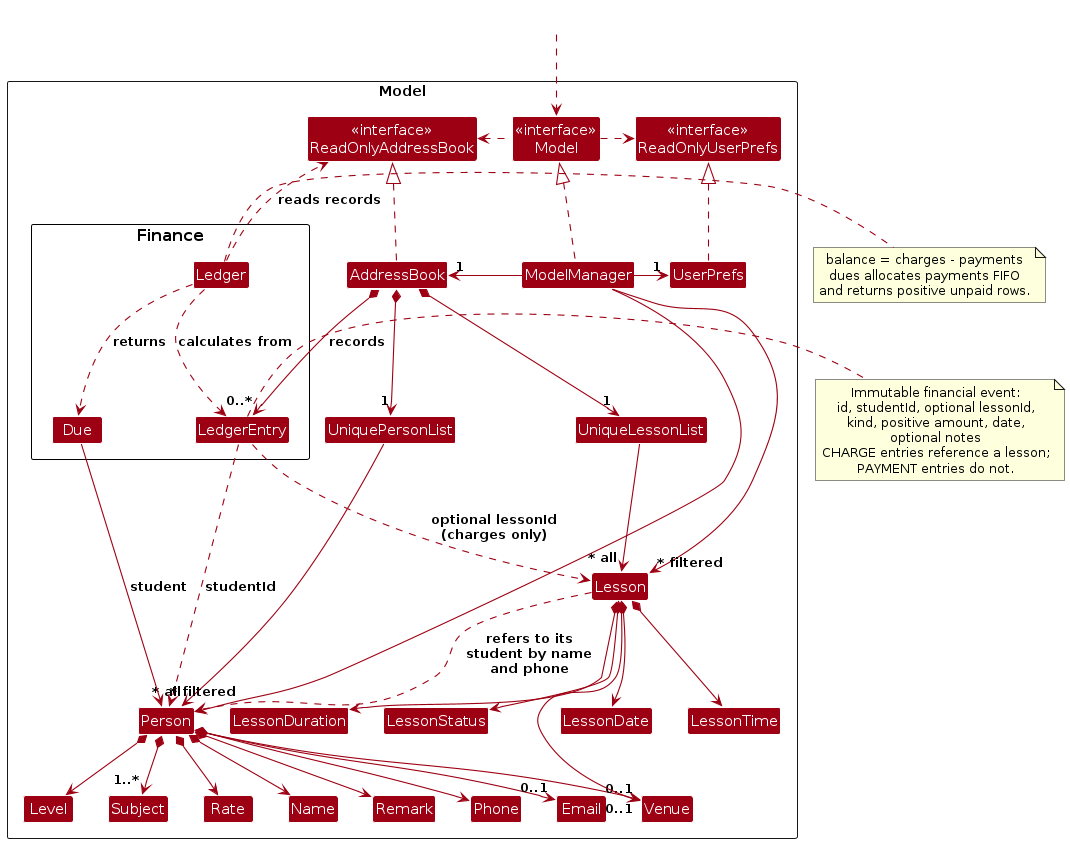
Earlier version of the PlantUML export diagrams/ModelClassDiagram.png (AY2627S1-CS2103T-F15-1/tp). Its source is kept beside it as diagrams/ModelClassDiagram.puml.
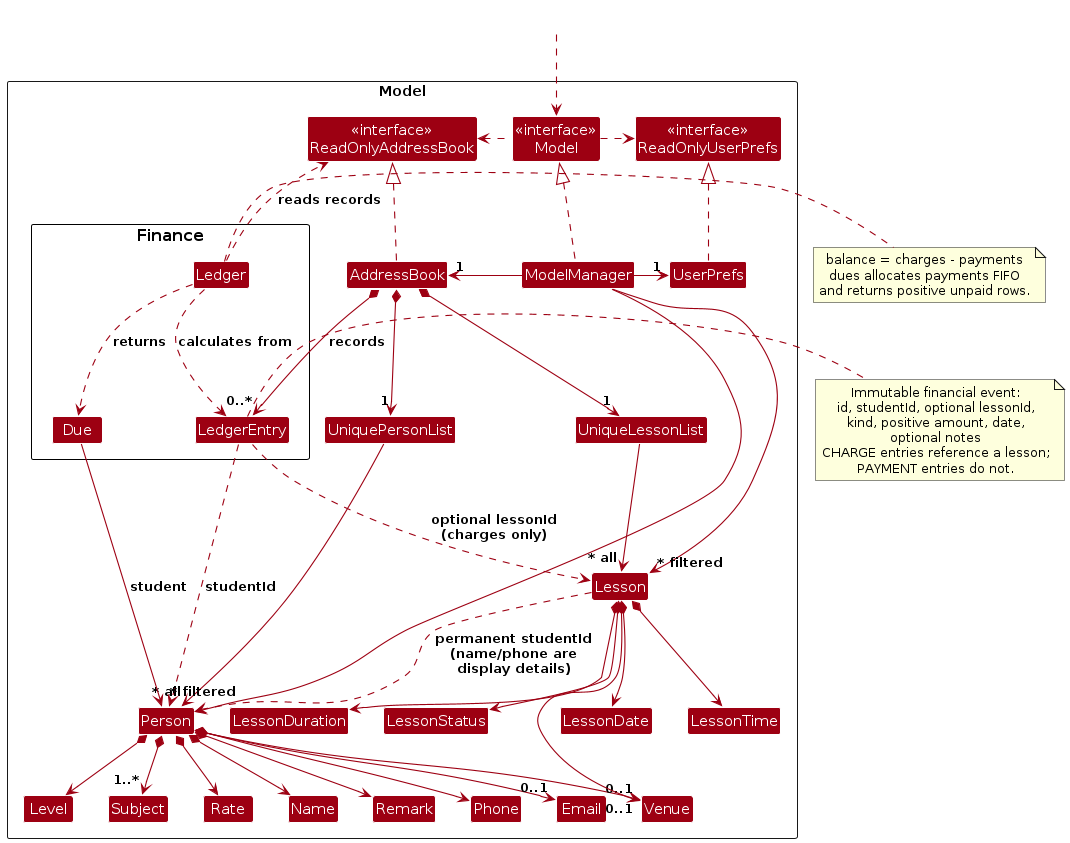
After the change.

The edit, as a diff of the source:
```diff
@@ -70,7 +70,7 @@
 Lesson *--> LessonDuration
 Lesson *--> LessonStatus
 Lesson *--> "0..1" Venue
-Lesson ..> Person : refers to its\nstudent by name\nand phone
+Lesson ..> Person : permanent studentId\n(name/phone are\ndisplay details)
 
 LedgerEntry ..> Person : studentId
 LedgerEntry ..> Lesson : optional lessonId\n(charges only)
```
